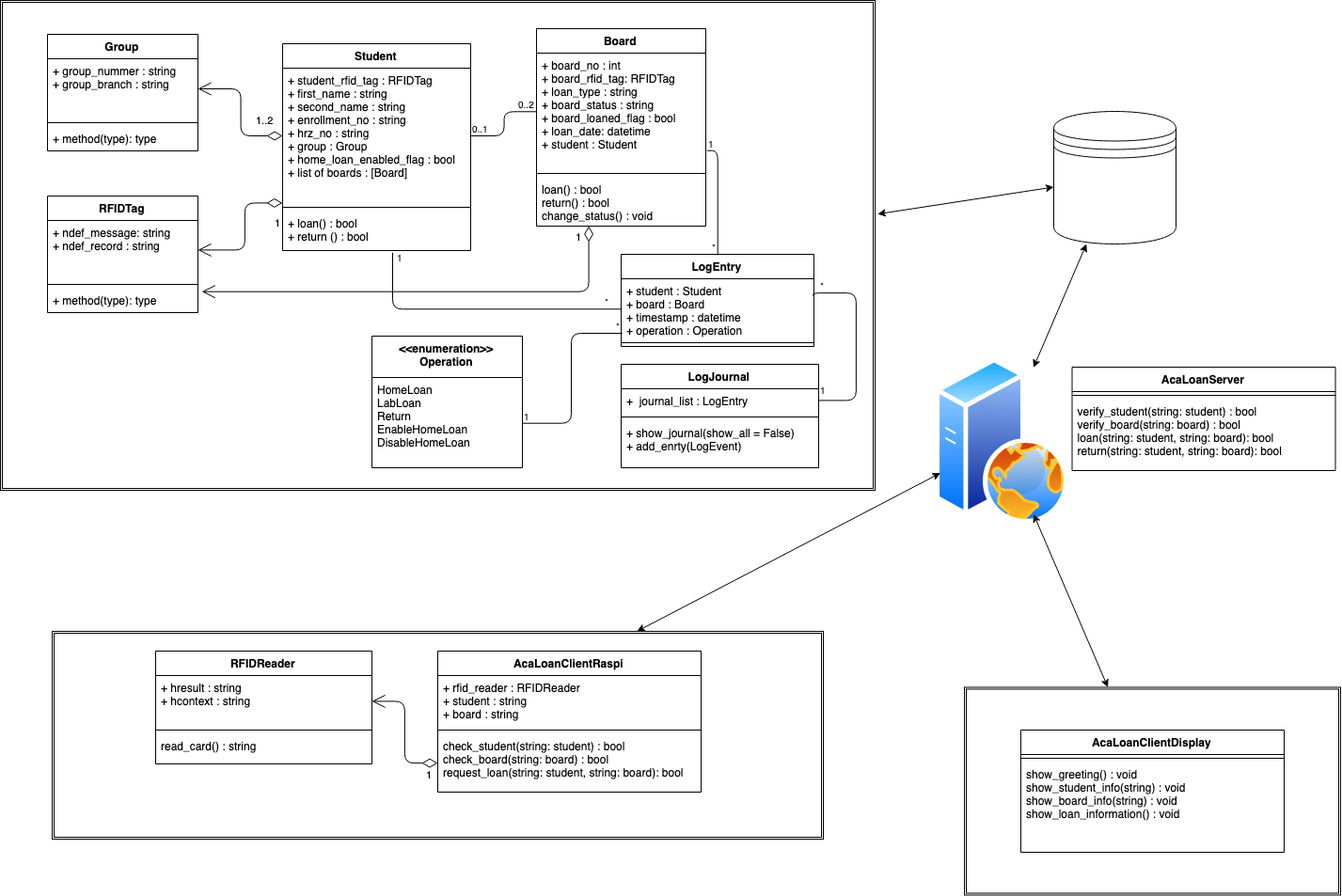
The draw.io diagram Class_Diagram.png in oleksa-oleksa/BachelorThesis_WebApp, before a commit. Source tidied: cells renumbered, new cells last; positions are measured from the earlier drawing's top-left corner, leaving out a move shared by most shapes.
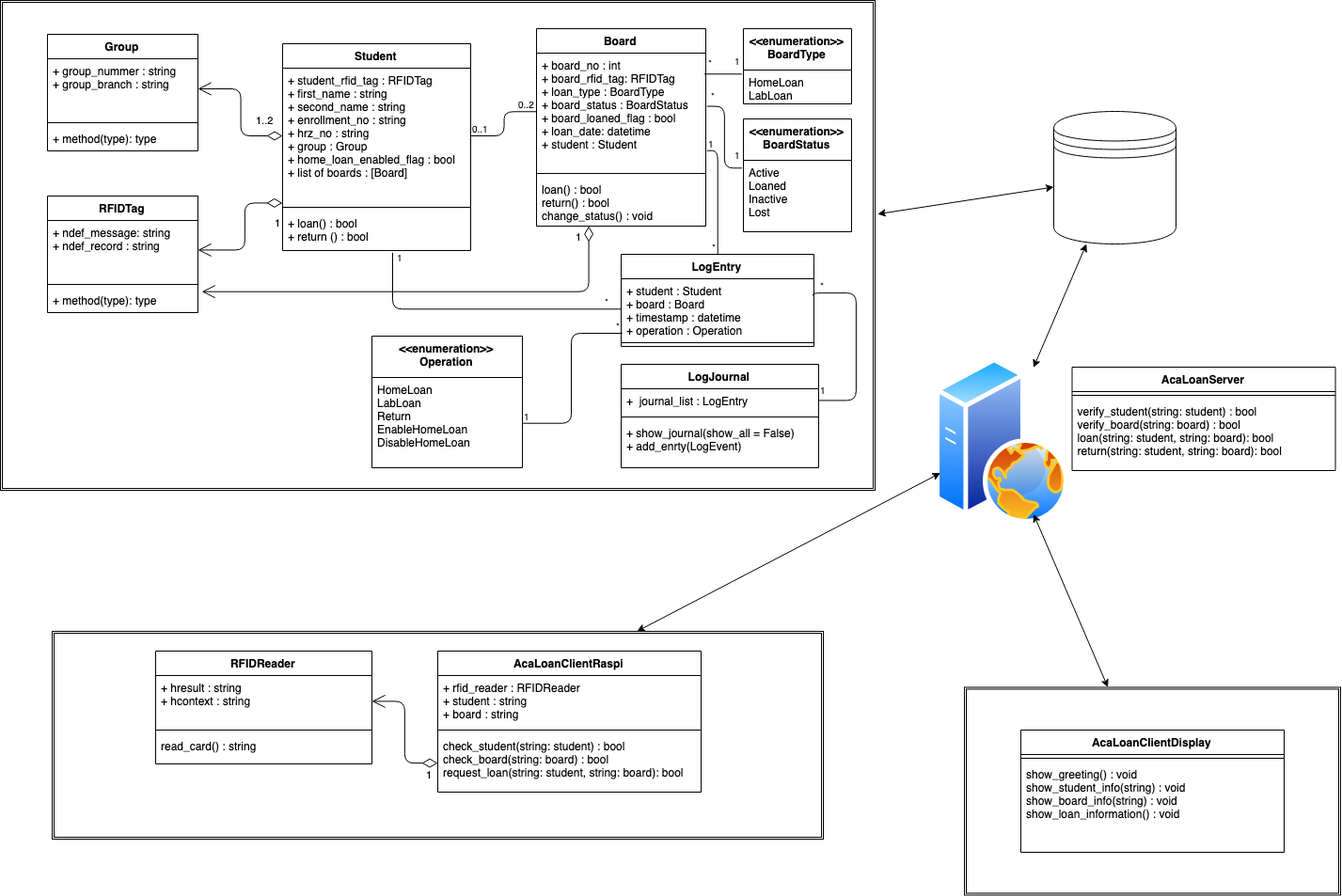
The same diagram one commit later.

Commit message:
Enums for board status and type

What changed in the source:
```diff
@@ -8,7 +8,7 @@
     <mxCell id="3" value="Board" style="swimlane;fontStyle=1;align=center;verticalAlign=top;horizontal=1;startSize=26;" parent="1" vertex="1">
       <mxGeometry x="570" y="30" width="180" height="210" as="geometry" />
     </mxCell>
-    <mxCell id="4" value="+ board_no : int&#10;+ board_rfid_tag: RFIDTag &#10;+ loan_type : string&#10;+ board_status : string&#10;+ board_loaned_flag : bool&#10;+ loan_date: datetime&#10;+ student : Student" style="text;strokeColor=none;fillColor=none;align=left;verticalAlign=top;spacingLeft=4;spacingRight=4;overflow=hidden;points=[[0,0.5],[1,0.5]];portConstraint=eastwest;" parent="3" vertex="1">
+    <mxCell id="4" value="+ board_no : int&#10;+ board_rfid_tag: RFIDTag &#10;+ loan_type : BoardType&#10;+ board_status : BoardStatus&#10;+ board_loaned_flag : bool&#10;+ loan_date: datetime&#10;+ student : Student" style="text;strokeColor=none;fillColor=none;align=left;verticalAlign=top;spacingLeft=4;spacingRight=4;overflow=hidden;points=[[0,0.5],[1,0.5]];portConstraint=eastwest;" parent="3" vertex="1">
       <mxGeometry y="26" width="180" height="124" as="geometry" />
     </mxCell>
     <mxCell id="5" style="line;strokeWidth=1;fillColor=none;align=left;verticalAlign=middle;spacingTop=-1;spacingLeft=3;spacingRight=3;labelPosition=right;" parent="3" vertex="1">
@@ -234,5 +234,43 @@
         <mxPoint x="10" y="-3" as="offset" />
       </mxGeometry>
     </mxCell>
+    <mxCell id="70" value="&lt;&lt;enumeration&gt;&gt;&#10;BoardType" style="swimlane;fontStyle=1;align=center;verticalAlign=top;horizontal=1;startSize=44;" parent="1" vertex="1">
+      <mxGeometry x="790" y="30" width="115" height="80" as="geometry" />
+    </mxCell>
+    <mxCell id="71" value="HomeLoan&#10;LabLoan" style="text;strokeColor=none;fillColor=none;align=left;verticalAlign=top;spacingLeft=4;spacingRight=4;overflow=hidden;points=[[0,0.5],[1,0.5]];portConstraint=eastwest;" parent="70" vertex="1">
+      <mxGeometry y="44" width="115" height="36" as="geometry" />
+    </mxCell>
+    <mxCell id="72" style="endArrow=none;html=1;edgeStyle=orthogonalEdgeStyle;entryX=0.994;entryY=0.177;entryDx=0;entryDy=0;entryPerimeter=0;exitX=-0.008;exitY=0.11;exitDx=0;exitDy=0;exitPerimeter=0;" parent="1" edge="1" source="71" target="4">
+      <mxGeometry relative="1" as="geometry" />
+    </mxCell>
+    <mxCell id="73" value="1" style="html=1;align=left;verticalAlign=bottom;labelBackgroundColor=#ffffff;fontSize=10;" parent="72" vertex="1">
+      <mxGeometry x="-1" relative="1" as="geometry">
+        <mxPoint x="-9" y="-6" as="offset" />
+      </mxGeometry>
+    </mxCell>
+    <mxCell id="74" value="*" style="html=1;align=right;verticalAlign=bottom;labelBackgroundColor=#ffffff;fontSize=10;" parent="72" vertex="1">
+      <mxGeometry x="1" relative="1" as="geometry">
+        <mxPoint x="11" y="-4" as="offset" />
+      </mxGeometry>
+    </mxCell>
+    <mxCell id="75" value="&lt;&lt;enumeration&gt;&gt;&#10;BoardStatus" style="swimlane;fontStyle=1;align=center;verticalAlign=top;horizontal=1;startSize=44;" parent="1" vertex="1">
+      <mxGeometry x="790" y="126" width="115" height="120" as="geometry" />
+    </mxCell>
+    <mxCell id="76" value="Active&#10;Loaned&#10;Inactive&#10;Lost" style="text;strokeColor=none;fillColor=none;align=left;verticalAlign=top;spacingLeft=4;spacingRight=4;overflow=hidden;points=[[0,0.5],[1,0.5]];portConstraint=eastwest;" parent="75" vertex="1">
+      <mxGeometry y="44" width="115" height="76" as="geometry" />
+    </mxCell>
+    <mxCell id="77" style="endArrow=none;html=1;edgeStyle=orthogonalEdgeStyle;entryX=1.006;entryY=0.461;entryDx=0;entryDy=0;entryPerimeter=0;exitX=-0.008;exitY=0.11;exitDx=0;exitDy=0;exitPerimeter=0;" parent="1" edge="1" source="76" target="4">
+      <mxGeometry relative="1" as="geometry" />
+    </mxCell>
+    <mxCell id="78" value="1" style="html=1;align=left;verticalAlign=bottom;labelBackgroundColor=#ffffff;fontSize=10;" parent="77" vertex="1">
+      <mxGeometry x="-1" relative="1" as="geometry">
+        <mxPoint x="-9" y="-6" as="offset" />
+      </mxGeometry>
+    </mxCell>
+    <mxCell id="79" value="*" style="html=1;align=right;verticalAlign=bottom;labelBackgroundColor=#ffffff;fontSize=10;" parent="77" vertex="1">
+      <mxGeometry x="1" relative="1" as="geometry">
+        <mxPoint x="11" y="-4" as="offset" />
+      </mxGeometry>
+    </mxCell>
   </root>
 </mxGraphModel>
```
